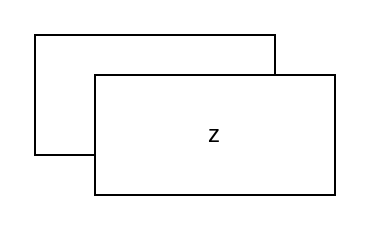
The draw.io diagram SD.drawio in aidanleonard0/swe-module, before the edit. Source tidied: cells renumbered, new cells numbered last; positions are measured from the earlier drawing's top-left corner, leaving out a move shared by most shapes. Both pictures are drawn from the tidied source at 200%, with x=0, y=0 at pixel (34, 34).
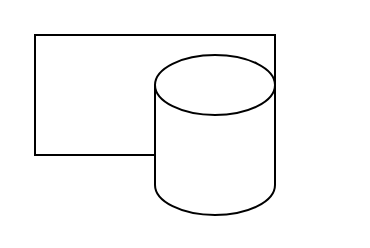
After the change.

The edit, as a diff of the source:
```diff
@@
 <mxGraphModel>
   <root>
     <mxCell id="0" />
     <mxCell id="1" parent="0" />
     <mxCell id="2" style="rounded=0;whiteSpace=wrap;html=1;" parent="1" vertex="1">
       <mxGeometry width="120" height="60" as="geometry" />
     </mxCell>
-    <mxCell id="3" value="z" style="rounded=0;whiteSpace=wrap;html=1;" parent="1" vertex="1">
-      <mxGeometry x="30" y="20" width="120" height="60" as="geometry" />
-    </mxCell>
+    <mxCell id="4" style="shape=cylinder3;whiteSpace=wrap;html=1;boundedLbl=1;backgroundOutline=1;size=15;" parent="1" vertex="1">
+      <mxGeometry x="60" y="10" width="60" height="80" as="geometry" />
+    </mxCell>
   </root>
 </mxGraphModel>
```
